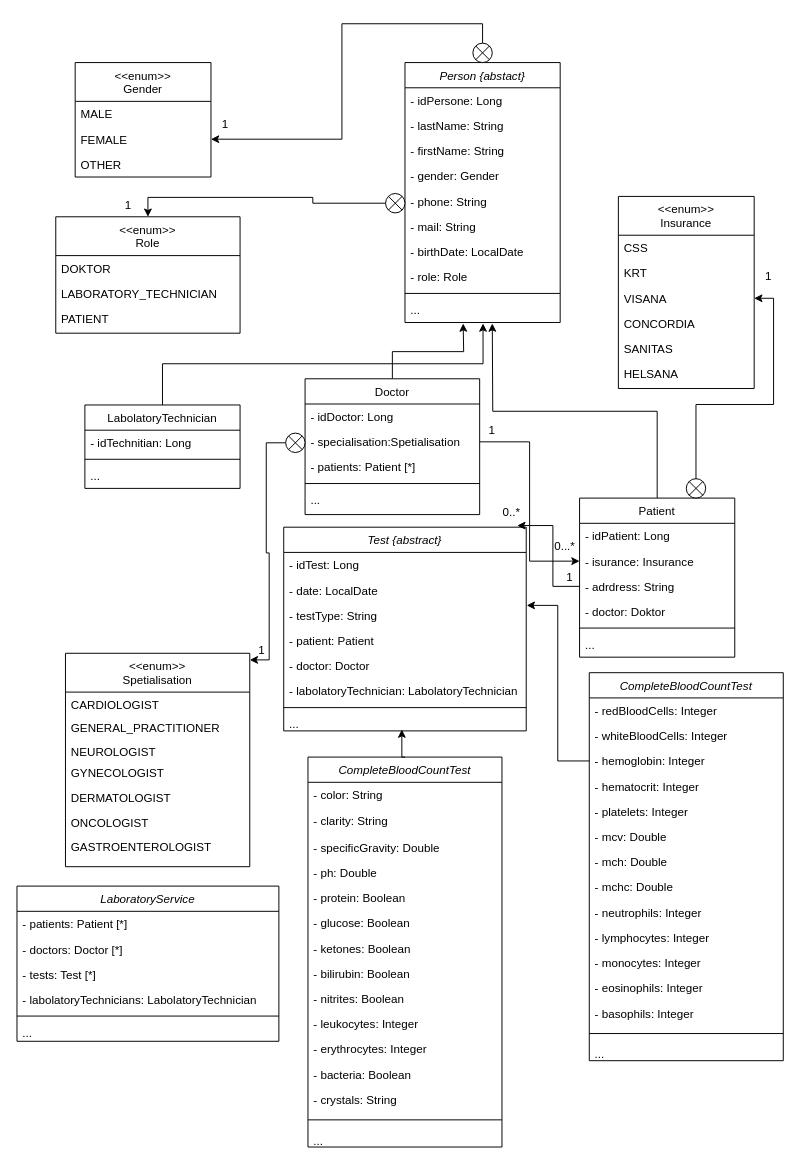
Oksana-maker/AndroidMy keeps this draw.io diagram as Unbenanntes Diagramm.drawio. Above is the earlier version. Source tidied: cells renumbered, new cells numbered last; positions are measured from the earlier drawing's top-left corner, leaving out a move shared by most shapes. Both pictures are drawn from the tidied source at 97%, with x=0, y=0 at pixel (16, 43).
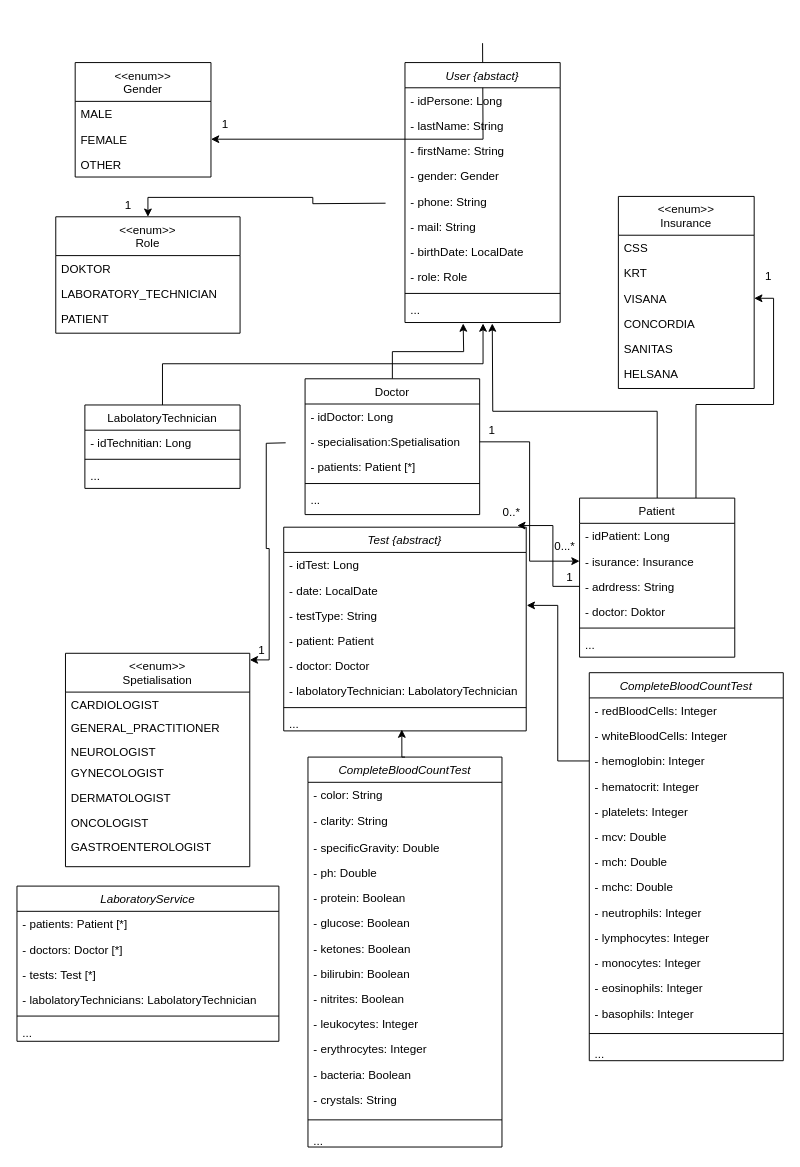
After the change.

Unchanged cells that the change refers to:
```xml
<mxCell id="16" value="FEMALE" style="text;align=left;verticalAlign=top;spacingLeft=4;spacingRight=4;overflow=hidden;points=[[0,0.5],[1,0.5]];portConstraint=eastwest;" parent="14" vertex="1">
  <mxGeometry y="66" width="140" height="26" as="geometry" />
</mxCell>
<mxCell id="48" value="&lt;&lt;enum&gt;&gt;&#10;Role" style="swimlane;fontStyle=0;align=center;verticalAlign=top;horizontal=1;startSize=40;rounded=0;shadow=0;strokeWidth=1;" parent="1" vertex="1">
  <mxGeometry x="40" y="179" width="190" height="120" as="geometry" />
</mxCell>
<mxCell id="52" value="&lt;&lt;enum&gt;&gt;&#10;Spetialisation" style="swimlane;fontStyle=0;align=center;verticalAlign=top;horizontal=1;startSize=40;rounded=0;shadow=0;strokeWidth=1;" parent="1" vertex="1">
  <mxGeometry x="50" y="629" width="190" height="220" as="geometry" />
</mxCell>
```

What changed in the source:
```diff
@@
-    <mxCell id="2" style="edgeStyle=orthogonalEdgeStyle;rounded=0;jettySize=auto;html=1;exitX=0.5;exitY=0;exitDx=0;exitDy=0;entryX=1;entryY=0.5;entryDx=0;entryDy=0;" parent="1" edge="1" source="114" target="16">
-      <mxGeometry relative="1" as="geometry" />
+    <mxCell id="2" style="edgeStyle=orthogonalEdgeStyle;rounded=0;jettySize=auto;html=1;exitX=0.5;exitY=0;exitDx=0;exitDy=0;entryX=1;entryY=0.5;entryDx=0;entryDy=0;" parent="1" edge="1" target="16">
+      <mxGeometry relative="1" as="geometry">
+        <mxPoint x="480" as="sourcePoint" />
+      </mxGeometry>
     </mxCell>
-    <mxCell id="3" value="Person {abstact}" style="swimlane;fontStyle=2;align=center;verticalAlign=top;horizontal=1;startSize=26;rounded=0;shadow=0;strokeWidth=1;strokeColor=#000000;" parent="1" vertex="1">
+    <mxCell id="3" value="User {abstact}" style="swimlane;fontStyle=2;align=center;verticalAlign=top;horizontal=1;startSize=26;rounded=0;shadow=0;strokeWidth=1;strokeColor=#000000;" parent="1" vertex="1">
       <mxGeometry x="400" y="20" width="160" height="268" as="geometry" />
     </mxCell>
@@
-    <mxCell id="60" style="edgeStyle=orthogonalEdgeStyle;rounded=0;jettySize=auto;html=1;exitX=0;exitY=0.5;exitDx=0;exitDy=0;entryX=1;entryY=0.031;entryDx=0;entryDy=0;entryPerimeter=0;" parent="1" edge="1" source="115" target="52">
-      <mxGeometry relative="1" as="geometry" />
+    <mxCell id="60" style="edgeStyle=orthogonalEdgeStyle;rounded=0;jettySize=auto;html=1;exitX=0;exitY=0.5;exitDx=0;exitDy=0;entryX=1;entryY=0.031;entryDx=0;entryDy=0;entryPerimeter=0;" parent="1" edge="1" target="52">
+      <mxGeometry relative="1" as="geometry">
+        <mxPoint x="277" y="412" as="sourcePoint" />
+      </mxGeometry>
     </mxCell>
-    <mxCell id="61" style="shape=sumEllipse;perimeter=ellipsePerimeter;whiteSpace=wrap;html=1;backgroundOutline=1;" parent="1" vertex="1">
-      <mxGeometry x="690" y="449" width="20" height="20" as="geometry" />
-    </mxCell>
@@
-    <mxCell id="112" style="edgeStyle=orthogonalEdgeStyle;rounded=0;jettySize=auto;html=1;exitX=0;exitY=0.5;exitDx=0;exitDy=0;" parent="1" edge="1" source="113" target="48">
-      <mxGeometry relative="1" as="geometry" />
+    <mxCell id="112" style="edgeStyle=orthogonalEdgeStyle;rounded=0;jettySize=auto;html=1;exitX=0;exitY=0.5;exitDx=0;exitDy=0;" parent="1" edge="1" target="48">
+      <mxGeometry relative="1" as="geometry">
+        <mxPoint x="380" y="165" as="sourcePoint" />
+      </mxGeometry>
     </mxCell>
-    <mxCell id="113" style="shape=sumEllipse;perimeter=ellipsePerimeter;whiteSpace=wrap;html=1;backgroundOutline=1;" parent="1" vertex="1">
-      <mxGeometry x="380" y="155" width="20" height="20" as="geometry" />
-    </mxCell>
-    <mxCell id="114" style="shape=sumEllipse;perimeter=ellipsePerimeter;whiteSpace=wrap;html=1;backgroundOutline=1;" parent="1" vertex="1">
-      <mxGeometry x="470" width="20" height="20" as="geometry" />
-    </mxCell>
-    <mxCell id="115" style="shape=sumEllipse;perimeter=ellipsePerimeter;whiteSpace=wrap;html=1;backgroundOutline=1;" parent="1" vertex="1">
-      <mxGeometry x="277" y="402" width="20" height="20" as="geometry" />
-    </mxCell>
```
